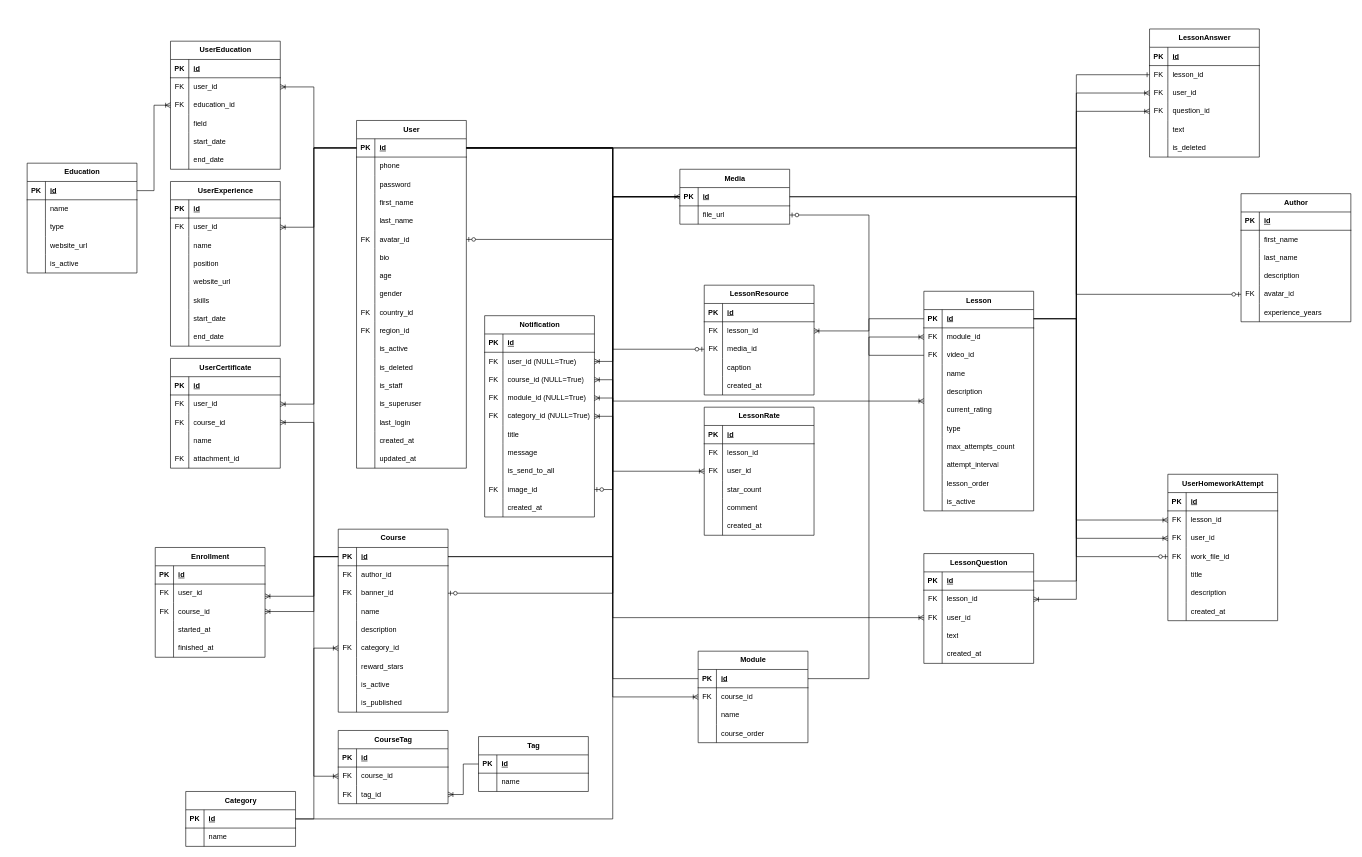
arif51003/uicdev keeps this draw.io diagram as docs/uicdev.drawio. Above is the earlier version. Source tidied: cells renumbered, new cells numbered last; positions are measured from the earlier drawing's top-left corner, leaving out a move shared by most shapes. Both pictures are drawn from the tidied source at 61%, with x=0, y=0 at pixel (27, 29).
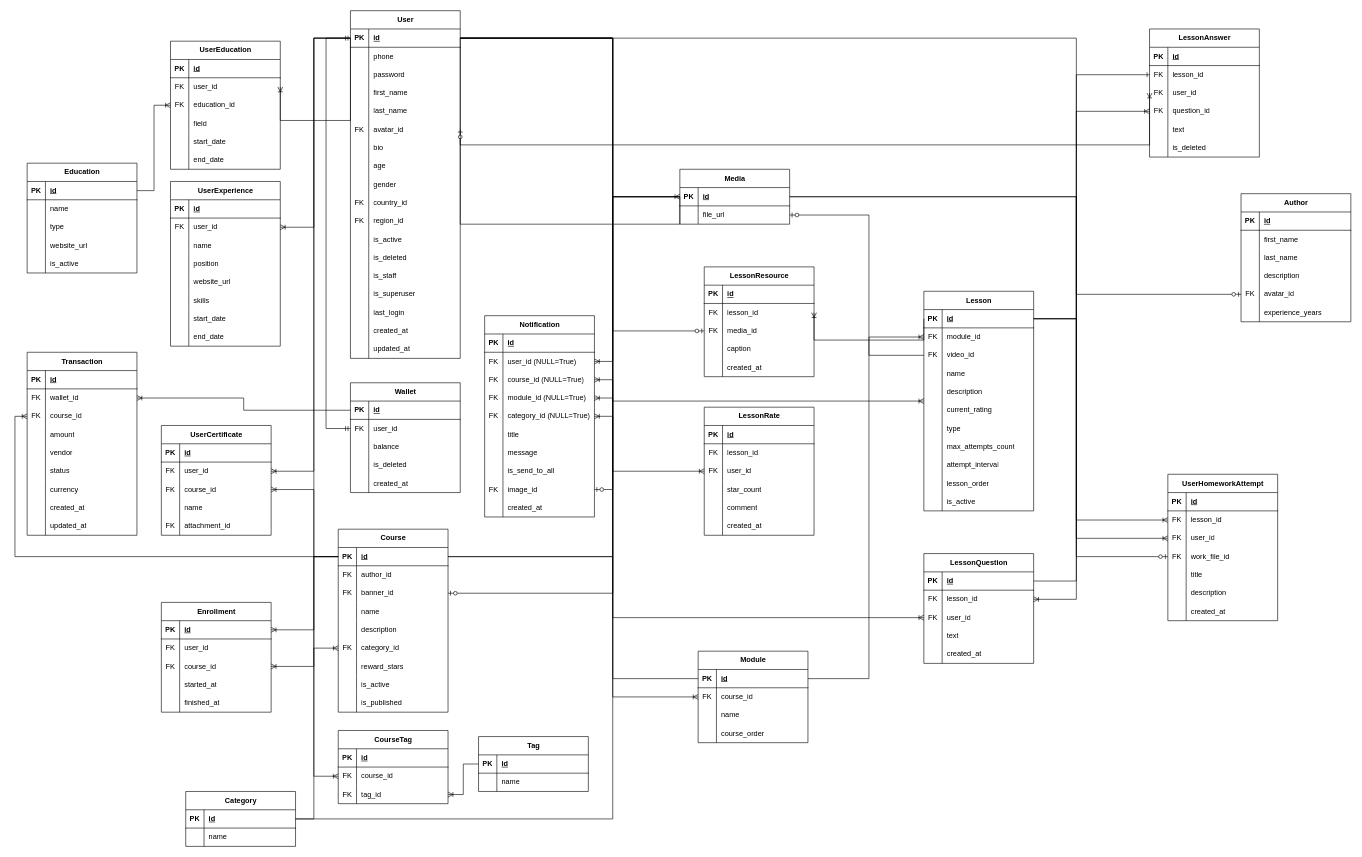
The same page after the edit.

Unchanged cells that the change refers to:
```xml
<mxCell id="3" style="shape=tableRow;horizontal=0;startSize=0;swimlaneHead=0;swimlaneBody=0;fillColor=none;points=[[0,0.5],[1,0.5]];portConstraint=eastwest;top=0;left=0;right=0;bottom=1;" parent="2" vertex="1">
  <mxGeometry y="30" width="180" height="30" as="geometry" />
</mxCell>
<mxCell id="135" style="shape=tableRow;horizontal=0;startSize=0;swimlaneHead=0;swimlaneBody=0;fillColor=none;points=[[0,0.5],[1,0.5]];portConstraint=eastwest;top=0;left=0;right=0;bottom=1;" parent="134" vertex="1">
  <mxGeometry y="30" width="180" height="30" as="geometry" />
</mxCell>
```

Diff of the diagram source:
```diff
@@
     <mxCell id="2" value="User" style="shape=table;startSize=30;childLayout=tableLayout;rowLines=0;fontStyle=1;align=center;html=1;" parent="1" vertex="1">
-      <mxGeometry x="540" y="150" width="180" height="570" as="geometry" />
+      <mxGeometry x="530" y="-30" width="180" height="570" as="geometry" />
     </mxCell>
@@
     <mxCell id="118" value="UserCertificate" style="shape=table;startSize=30;childLayout=tableLayout;rowLines=0;fontStyle=1;align=center;html=1;" parent="1" vertex="1">
-      <mxGeometry x="235" y="540" width="180" height="180" as="geometry" />
+      <mxGeometry x="220" y="650" width="180" height="180" as="geometry" />
     </mxCell>
@@
     <mxCell id="203" value="Enrollment" style="shape=table;startSize=30;childLayout=tableLayout;rowLines=0;fontStyle=1;align=center;html=1;" parent="1" vertex="1">
-      <mxGeometry x="210" y="850" width="180" height="180" as="geometry" />
+      <mxGeometry x="220" y="940" width="180" height="180" as="geometry" />
     </mxCell>
@@
-    <mxCell id="219" style="edgeStyle=elbowEdgeStyle;fontSize=12;html=1;endArrow=ERoneToMany;rounded=0;exitX=0;exitY=0.5;exitDx=0;exitDy=0;" parent="1" edge="1" source="3">
+    <mxCell id="219" style="edgeStyle=elbowEdgeStyle;fontSize=12;html=1;endArrow=ERoneToMany;rounded=0;exitX=0;exitY=0.5;exitDx=0;exitDy=0;entryX=1;entryY=0.25;entryDx=0;entryDy=0;" parent="1" edge="1" source="3" target="203">
       <mxGeometry relative="1" as="geometry">
-        <mxPoint x="390" y="930" as="targetPoint" />
         <Array as="points">
           <mxPoint x="470" y="560" />
         </Array>
       </mxGeometry>
     </mxCell>
@@
     <mxCell id="256" value="LessonResource" style="shape=table;startSize=30;childLayout=tableLayout;rowLines=0;fontStyle=1;align=center;html=1;" parent="1" vertex="1">
-      <mxGeometry x="1110" y="420" width="180" height="180" as="geometry" />
+      <mxGeometry x="1110" y="390" width="180" height="180" as="geometry" />
     </mxCell>
@@
+    <mxCell id="431" value="Wallet" style="shape=table;startSize=30;childLayout=tableLayout;rowLines=0;fontStyle=1;align=center;html=1;" parent="1" vertex="1">
+      <mxGeometry x="530" y="580" width="180" height="180" as="geometry" />
+    </mxCell>
+    <mxCell id="432" style="shape=tableRow;horizontal=0;startSize=0;swimlaneHead=0;swimlaneBody=0;fillColor=none;points=[[0,0.5],[1,0.5]];portConstraint=eastwest;top=0;left=0;right=0;bottom=1;" parent="431" vertex="1">
+      <mxGeometry y="30" width="180" height="30" as="geometry" />
+    </mxCell>
+    <mxCell id="433" value="PK" style="shape=partialRectangle;fillColor=none;top=0;left=0;bottom=0;right=0;fontStyle=1;overflow=hidden;whiteSpace=wrap;html=1;" parent="432" vertex="1">
+      <mxGeometry width="30" height="30" as="geometry" />
+    </mxCell>
+    <mxCell id="434" value="id" style="shape=partialRectangle;fillColor=none;top=0;left=0;bottom=0;right=0;align=left;spacingLeft=6;fontStyle=5;overflow=hidden;whiteSpace=wrap;html=1;" parent="432" vertex="1">
+      <mxGeometry x="30" width="150" height="30" as="geometry" />
+    </mxCell>
+    <mxCell id="435" style="shape=tableRow;horizontal=0;startSize=0;swimlaneHead=0;swimlaneBody=0;fillColor=none;points=[[0,0.5],[1,0.5]];portConstraint=eastwest;top=0;left=0;right=0;bottom=0;" parent="431" vertex="1">
+      <mxGeometry y="60" width="180" height="30" as="geometry" />
+    </mxCell>
+    <mxCell id="436" value="FK" style="shape=partialRectangle;fillColor=none;top=0;left=0;bottom=0;right=0;overflow=hidden;whiteSpace=wrap;html=1;" parent="435" vertex="1">
+      <mxGeometry width="30" height="30" as="geometry" />
+    </mxCell>
+    <mxCell id="437" value="user_id" style="shape=partialRectangle;fillColor=none;top=0;left=0;bottom=0;right=0;align=left;spacingLeft=6;overflow=hidden;whiteSpace=wrap;html=1;" parent="435" vertex="1">
+      <mxGeometry x="30" width="150" height="30" as="geometry" />
+    </mxCell>
+    <mxCell id="438" style="shape=tableRow;horizontal=0;startSize=0;swimlaneHead=0;swimlaneBody=0;fillColor=none;top=0;left=0;right=0;bottom=0;" parent="431" vertex="1">
+      <mxGeometry y="90" width="180" height="30" as="geometry" />
+    </mxCell>
+    <mxCell id="439" style="shape=partialRectangle;fillColor=none;top=0;left=0;bottom=0;right=0;overflow=hidden;whiteSpace=wrap;html=1;" parent="438" vertex="1">
+      <mxGeometry width="30" height="30" as="geometry" />
+    </mxCell>
+    <mxCell id="440" value="balance" style="shape=partialRectangle;fillColor=none;top=0;left=0;bottom=0;right=0;align=left;spacingLeft=6;overflow=hidden;whiteSpace=wrap;html=1;" parent="438" vertex="1">
+      <mxGeometry x="30" width="150" height="30" as="geometry" />
+    </mxCell>
+    <mxCell id="441" style="shape=tableRow;horizontal=0;startSize=0;swimlaneHead=0;swimlaneBody=0;fillColor=none;top=0;left=0;right=0;bottom=0;" parent="431" vertex="1">
+      <mxGeometry y="120" width="180" height="30" as="geometry" />
+    </mxCell>
+    <mxCell id="442" style="shape=partialRectangle;fillColor=none;top=0;left=0;bottom=0;right=0;overflow=hidden;whiteSpace=wrap;html=1;" parent="441" vertex="1">
+      <mxGeometry width="30" height="30" as="geometry" />
+    </mxCell>
+    <mxCell id="443" value="is_deleted" style="shape=partialRectangle;fillColor=none;top=0;left=0;bottom=0;right=0;align=left;spacingLeft=6;overflow=hidden;whiteSpace=wrap;html=1;" parent="441" vertex="1">
+      <mxGeometry x="30" width="150" height="30" as="geometry" />
+    </mxCell>
+    <mxCell id="444" style="shape=tableRow;horizontal=0;startSize=0;swimlaneHead=0;swimlaneBody=0;fillColor=none;top=0;left=0;right=0;bottom=0;" parent="431" vertex="1">
+      <mxGeometry y="150" width="180" height="30" as="geometry" />
+    </mxCell>
+    <mxCell id="445" style="shape=partialRectangle;fillColor=none;top=0;left=0;bottom=0;right=0;overflow=hidden;whiteSpace=wrap;html=1;" parent="444" vertex="1">
+      <mxGeometry width="30" height="30" as="geometry" />
+    </mxCell>
+    <mxCell id="446" value="created_at" style="shape=partialRectangle;fillColor=none;top=0;left=0;bottom=0;right=0;align=left;spacingLeft=6;overflow=hidden;whiteSpace=wrap;html=1;" parent="444" vertex="1">
+      <mxGeometry x="30" width="150" height="30" as="geometry" />
+    </mxCell>
+    <mxCell id="447" value="Transaction" style="shape=table;startSize=30;childLayout=tableLayout;rowLines=0;fontStyle=1;align=center;html=1;" parent="1" vertex="1">
+      <mxGeometry y="530" width="180" height="300" as="geometry" />
+    </mxCell>
+    <mxCell id="448" style="shape=tableRow;horizontal=0;startSize=0;swimlaneHead=0;swimlaneBody=0;fillColor=none;top=0;left=0;right=0;bottom=1;" parent="447" vertex="1">
+      <mxGeometry y="30" width="180" height="30" as="geometry" />
+    </mxCell>
+    <mxCell id="449" value="PK" style="shape=partialRectangle;fillColor=none;top=0;left=0;bottom=0;right=0;fontStyle=1;overflow=hidden;whiteSpace=wrap;html=1;" parent="448" vertex="1">
+      <mxGeometry width="30" height="30" as="geometry" />
+    </mxCell>
+    <mxCell id="450" value="id" style="shape=partialRectangle;fillColor=none;top=0;left=0;bottom=0;right=0;align=left;spacingLeft=6;fontStyle=5;overflow=hidden;whiteSpace=wrap;html=1;" parent="448" vertex="1">
+      <mxGeometry x="30" width="150" height="30" as="geometry" />
+    </mxCell>
+    <mxCell id="451" style="shape=tableRow;horizontal=0;startSize=0;swimlaneHead=0;swimlaneBody=0;fillColor=none;points=[[0,0.5],[1,0.5]];portConstraint=eastwest;top=0;left=0;right=0;bottom=0;" parent="447" vertex="1">
+      <mxGeometry y="60" width="180" height="30" as="geometry" />
+    </mxCell>
+    <mxCell id="452" value="FK" style="shape=partialRectangle;fillColor=none;top=0;left=0;bottom=0;right=0;overflow=hidden;whiteSpace=wrap;html=1;" parent="451" vertex="1">
+      <mxGeometry width="30" height="30" as="geometry" />
+    </mxCell>
+    <mxCell id="453" value="wallet_id" style="shape=partialRectangle;fillColor=none;top=0;left=0;bottom=0;right=0;align=left;spacingLeft=6;overflow=hidden;whiteSpace=wrap;html=1;" parent="451" vertex="1">
+      <mxGeometry x="30" width="150" height="30" as="geometry" />
+    </mxCell>
+    <mxCell id="454" style="shape=tableRow;horizontal=0;startSize=0;swimlaneHead=0;swimlaneBody=0;fillColor=none;points=[[0,0.5],[1,0.5]];portConstraint=eastwest;top=0;left=0;right=0;bottom=0;" parent="447" vertex="1">
+      <mxGeometry y="90" width="180" height="30" as="geometry" />
+    </mxCell>
+    <mxCell id="455" value="FK" style="shape=partialRectangle;fillColor=none;top=0;left=0;bottom=0;right=0;overflow=hidden;whiteSpace=wrap;html=1;" parent="454" vertex="1">
+      <mxGeometry width="30" height="30" as="geometry" />
+    </mxCell>
+    <mxCell id="456" value="course_id" style="shape=partialRectangle;fillColor=none;top=0;left=0;bottom=0;right=0;align=left;spacingLeft=6;overflow=hidden;whiteSpace=wrap;html=1;" parent="454" vertex="1">
+      <mxGeometry x="30" width="150" height="30" as="geometry" />
+    </mxCell>
+    <mxCell id="457" style="shape=tableRow;horizontal=0;startSize=0;swimlaneHead=0;swimlaneBody=0;fillColor=none;top=0;left=0;right=0;bottom=0;" parent="447" vertex="1">
+      <mxGeometry y="120" width="180" height="30" as="geometry" />
+    </mxCell>
+    <mxCell id="458" style="shape=partialRectangle;fillColor=none;top=0;left=0;bottom=0;right=0;overflow=hidden;whiteSpace=wrap;html=1;" parent="457" vertex="1">
+      <mxGeometry width="30" height="30" as="geometry" />
+    </mxCell>
+    <mxCell id="459" value="amount" style="shape=partialRectangle;fillColor=none;top=0;left=0;bottom=0;right=0;align=left;spacingLeft=6;overflow=hidden;whiteSpace=wrap;html=1;" parent="457" vertex="1">
+      <mxGeometry x="30" width="150" height="30" as="geometry" />
+    </mxCell>
+    <mxCell id="460" style="shape=tableRow;horizontal=0;startSize=0;swimlaneHead=0;swimlaneBody=0;fillColor=none;top=0;left=0;right=0;bottom=0;" parent="447" vertex="1">
+      <mxGeometry y="150" width="180" height="30" as="geometry" />
+    </mxCell>
+    <mxCell id="461" style="shape=partialRectangle;fillColor=none;top=0;left=0;bottom=0;right=0;overflow=hidden;whiteSpace=wrap;html=1;" parent="460" vertex="1">
+      <mxGeometry width="30" height="30" as="geometry" />
+    </mxCell>
+    <mxCell id="462" value="vendor" style="shape=partialRectangle;fillColor=none;top=0;left=0;bottom=0;right=0;align=left;spacingLeft=6;overflow=hidden;whiteSpace=wrap;html=1;" parent="460" vertex="1">
+      <mxGeometry x="30" width="150" height="30" as="geometry" />
+    </mxCell>
+    <mxCell id="463" style="shape=tableRow;horizontal=0;startSize=0;swimlaneHead=0;swimlaneBody=0;fillColor=none;top=0;left=0;right=0;bottom=0;" parent="447" vertex="1">
+      <mxGeometry y="180" width="180" height="30" as="geometry" />
+    </mxCell>
+    <mxCell id="464" style="shape=partialRectangle;fillColor=none;top=0;left=0;bottom=0;right=0;overflow=hidden;whiteSpace=wrap;html=1;" parent="463" vertex="1">
+      <mxGeometry width="30" height="30" as="geometry" />
+    </mxCell>
+    <mxCell id="465" value="status" style="shape=partialRectangle;fillColor=none;top=0;left=0;bottom=0;right=0;align=left;spacingLeft=6;overflow=hidden;whiteSpace=wrap;html=1;" parent="463" vertex="1">
+      <mxGeometry x="30" width="150" height="30" as="geometry" />
+    </mxCell>
+    <mxCell id="466" style="shape=tableRow;horizontal=0;startSize=0;swimlaneHead=0;swimlaneBody=0;fillColor=none;top=0;left=0;right=0;bottom=0;" parent="447" vertex="1">
+      <mxGeometry y="210" width="180" height="30" as="geometry" />
+    </mxCell>
+    <mxCell id="467" style="shape=partialRectangle;fillColor=none;top=0;left=0;bottom=0;right=0;overflow=hidden;whiteSpace=wrap;html=1;" parent="466" vertex="1">
+      <mxGeometry width="30" height="30" as="geometry" />
+    </mxCell>
+    <mxCell id="468" value="currency" style="shape=partialRectangle;fillColor=none;top=0;left=0;bottom=0;right=0;align=left;spacingLeft=6;overflow=hidden;whiteSpace=wrap;html=1;" parent="466" vertex="1">
+      <mxGeometry x="30" width="150" height="30" as="geometry" />
+    </mxCell>
+    <mxCell id="469" style="shape=tableRow;horizontal=0;startSize=0;swimlaneHead=0;swimlaneBody=0;fillColor=none;top=0;left=0;right=0;bottom=0;" parent="447" vertex="1">
+      <mxGeometry y="240" width="180" height="30" as="geometry" />
+    </mxCell>
+    <mxCell id="470" style="shape=partialRectangle;fillColor=none;top=0;left=0;bottom=0;right=0;overflow=hidden;whiteSpace=wrap;html=1;" parent="469" vertex="1">
+      <mxGeometry width="30" height="30" as="geometry" />
+    </mxCell>
+    <mxCell id="471" value="created_at" style="shape=partialRectangle;fillColor=none;top=0;left=0;bottom=0;right=0;align=left;spacingLeft=6;overflow=hidden;whiteSpace=wrap;html=1;" parent="469" vertex="1">
+      <mxGeometry x="30" width="150" height="30" as="geometry" />
+    </mxCell>
+    <mxCell id="472" style="shape=tableRow;horizontal=0;startSize=0;swimlaneHead=0;swimlaneBody=0;fillColor=none;top=0;left=0;right=0;bottom=0;" parent="447" vertex="1">
+      <mxGeometry y="270" width="180" height="30" as="geometry" />
+    </mxCell>
+    <mxCell id="473" style="shape=partialRectangle;fillColor=none;top=0;left=0;bottom=0;right=0;overflow=hidden;whiteSpace=wrap;html=1;" parent="472" vertex="1">
+      <mxGeometry width="30" height="30" as="geometry" />
+    </mxCell>
+    <mxCell id="474" value="updated_at" style="shape=partialRectangle;fillColor=none;top=0;left=0;bottom=0;right=0;align=left;spacingLeft=6;overflow=hidden;whiteSpace=wrap;html=1;" parent="472" vertex="1">
+      <mxGeometry x="30" width="150" height="30" as="geometry" />
+    </mxCell>
+    <mxCell id="475" style="edgeStyle=elbowEdgeStyle;fontSize=12;html=1;endArrow=ERmandOne;startArrow=ERmandOne;rounded=0;entryX=0;entryY=0.5;entryDx=0;entryDy=0;exitX=0;exitY=0.5;exitDx=0;exitDy=0;" parent="1" edge="1" source="435" target="3">
+      <mxGeometry relative="1" as="geometry">
+        <Array as="points">
+          <mxPoint x="490" y="340" />
+        </Array>
+      </mxGeometry>
+    </mxCell>
+    <mxCell id="476" style="edgeStyle=elbowEdgeStyle;fontSize=12;html=1;endArrow=ERoneToMany;rounded=0;exitX=0;exitY=0.5;exitDx=0;exitDy=0;entryX=1;entryY=0.5;entryDx=0;entryDy=0;" parent="1" edge="1" source="432" target="451">
+      <mxGeometry relative="1" as="geometry" />
+    </mxCell>
+    <mxCell id="477" style="edgeStyle=elbowEdgeStyle;fontSize=12;html=1;endArrow=ERoneToMany;rounded=0;exitX=0;exitY=0.5;exitDx=0;exitDy=0;entryX=0;entryY=0.5;entryDx=0;entryDy=0;" parent="1" edge="1" source="135" target="454">
+      <mxGeometry relative="1" as="geometry">
+        <Array as="points">
+          <mxPoint x="-20" y="760" />
+        </Array>
+      </mxGeometry>
+    </mxCell>
```
